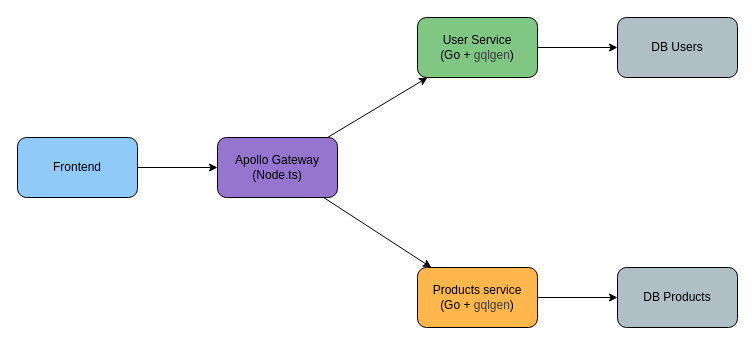
lorenaziviani/go_fed keeps this draw.io diagram as gofed/docs/arquitecture.drawio. Above is the earlier version. Source tidied: cells renumbered, new cells numbered last; positions are measured from the earlier drawing's top-left corner, leaving out a move shared by most shapes. Both pictures are drawn from the tidied source at 100%, with x=0, y=0 at pixel (17, 17).
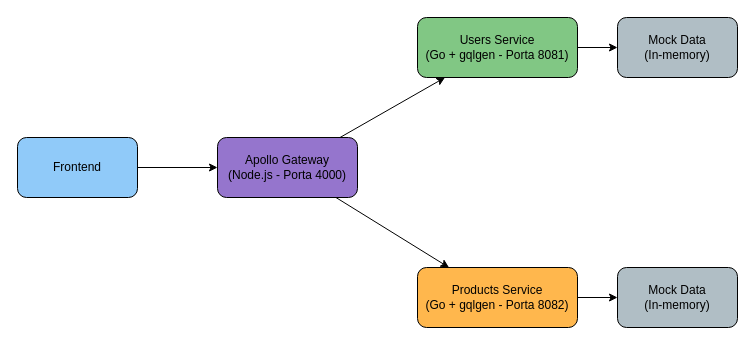
The same diagram, later.

Commit message (it also covers changes not shown here):
feat(users): implement user service with gqlgen

Diff of the diagram source:
```diff
@@
 <mxGraphModel>
   <root>
     <mxCell id="0" />
     <mxCell id="1" parent="0" />
     <mxCell id="2" style="edgeStyle=none;html=1;" parent="1" edge="1" source="3" target="6">
       <mxGeometry relative="1" as="geometry" />
     </mxCell>
     <mxCell id="3" value="Frontend" style="rounded=1;whiteSpace=wrap;html=1;fillColor=#90CAF9;" parent="1" vertex="1">
       <mxGeometry y="120" width="120" height="60" as="geometry" />
     </mxCell>
     <mxCell id="4" style="edgeStyle=none;html=1;" parent="1" edge="1" source="6" target="8">
       <mxGeometry relative="1" as="geometry" />
     </mxCell>
     <mxCell id="5" style="edgeStyle=none;html=1;" parent="1" edge="1" source="6" target="10">
       <mxGeometry relative="1" as="geometry" />
     </mxCell>
-    <mxCell id="6" value="Apollo Gateway&lt;div&gt;(Node.ts)&lt;/div&gt;" style="rounded=1;whiteSpace=wrap;html=1;fillColor=#9575CD;" parent="1" vertex="1">
-      <mxGeometry x="200" y="120" width="120" height="60" as="geometry" />
+    <mxCell id="6" value="Apollo Gateway&lt;div&gt;(Node.js - Porta 4000)&lt;/div&gt;" style="rounded=1;whiteSpace=wrap;html=1;fillColor=#9575CD;" parent="1" vertex="1">
+      <mxGeometry x="200" y="120" width="140" height="60" as="geometry" />
     </mxCell>
     <mxCell id="7" style="edgeStyle=none;html=1;" parent="1" edge="1" source="8" target="11">
       <mxGeometry relative="1" as="geometry" />
     </mxCell>
-    <mxCell id="8" value="User Service&lt;div&gt;(Go +&amp;nbsp;&lt;span style=&quot;color: rgb(63, 63, 63);&quot;&gt;gqlgen&lt;/span&gt;)&lt;/div&gt;" style="rounded=1;whiteSpace=wrap;html=1;fillColor=#81C784;" parent="1" vertex="1">
-      <mxGeometry x="400" width="120" height="60" as="geometry" />
+    <mxCell id="8" value="Users Service&lt;div&gt;(Go + gqlgen - Porta 8081)&lt;/div&gt;" style="rounded=1;whiteSpace=wrap;html=1;fillColor=#81C784;" parent="1" vertex="1">
+      <mxGeometry x="400" width="160" height="60" as="geometry" />
     </mxCell>
     <mxCell id="9" style="edgeStyle=none;html=1;" parent="1" edge="1" source="10" target="12">
       <mxGeometry relative="1" as="geometry" />
     </mxCell>
-    <mxCell id="10" value="Products service&lt;div&gt;(Go +&amp;nbsp;&lt;span style=&quot;color: rgb(63, 63, 63);&quot;&gt;gqlgen&lt;/span&gt;)&lt;/div&gt;" style="rounded=1;whiteSpace=wrap;html=1;fillColor=#FFB74D;" parent="1" vertex="1">
-      <mxGeometry x="400" y="250" width="120" height="60" as="geometry" />
+    <mxCell id="10" value="Products Service&lt;div&gt;(Go + gqlgen - Porta 8082)&lt;/div&gt;" style="rounded=1;whiteSpace=wrap;html=1;fillColor=#FFB74D;" parent="1" vertex="1">
+      <mxGeometry x="400" y="250" width="160" height="60" as="geometry" />
     </mxCell>
-    <mxCell id="11" value="DB Users" style="rounded=1;whiteSpace=wrap;html=1;fillColor=#B0BEC5;" parent="1" vertex="1">
+    <mxCell id="11" value="Mock Data&lt;div&gt;(In-memory)&lt;/div&gt;" style="rounded=1;whiteSpace=wrap;html=1;fillColor=#B0BEC5;" parent="1" vertex="1">
       <mxGeometry x="600" width="120" height="60" as="geometry" />
     </mxCell>
-    <mxCell id="12" value="DB Products" style="rounded=1;whiteSpace=wrap;html=1;fillColor=#B0BEC5;" parent="1" vertex="1">
+    <mxCell id="12" value="Mock Data&lt;div&gt;(In-memory)&lt;/div&gt;" style="rounded=1;whiteSpace=wrap;html=1;fillColor=#B0BEC5;" parent="1" vertex="1">
       <mxGeometry x="600" y="250" width="120" height="60" as="geometry" />
     </mxCell>
   </root>
 </mxGraphModel>
```
